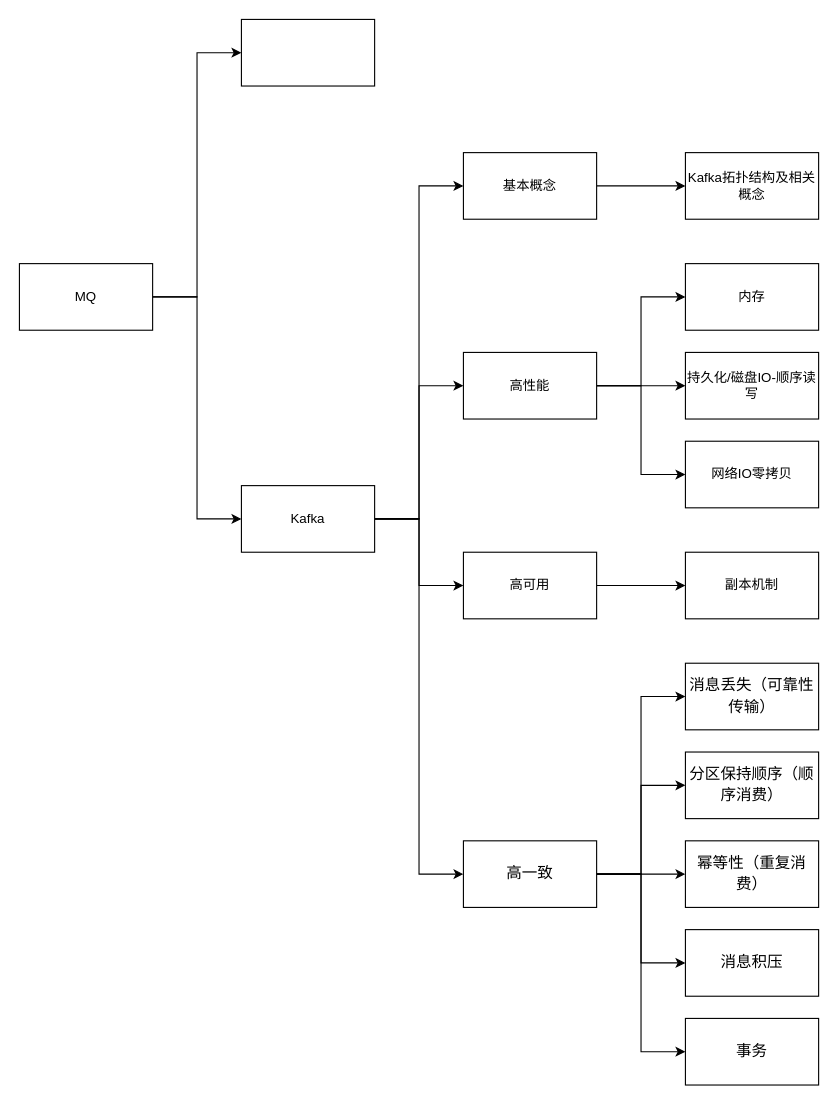
Above: images/draw/MQ.drawio in wt1814/wt1814.github.io (draw.io), before the change. Source tidied: cells renumbered, new cells numbered last; positions are measured from the earlier drawing's top-left corner, leaving out a move shared by most shapes. Both pictures are drawn from the tidied source at 111%, with x=0, y=0 at pixel (19, 19).
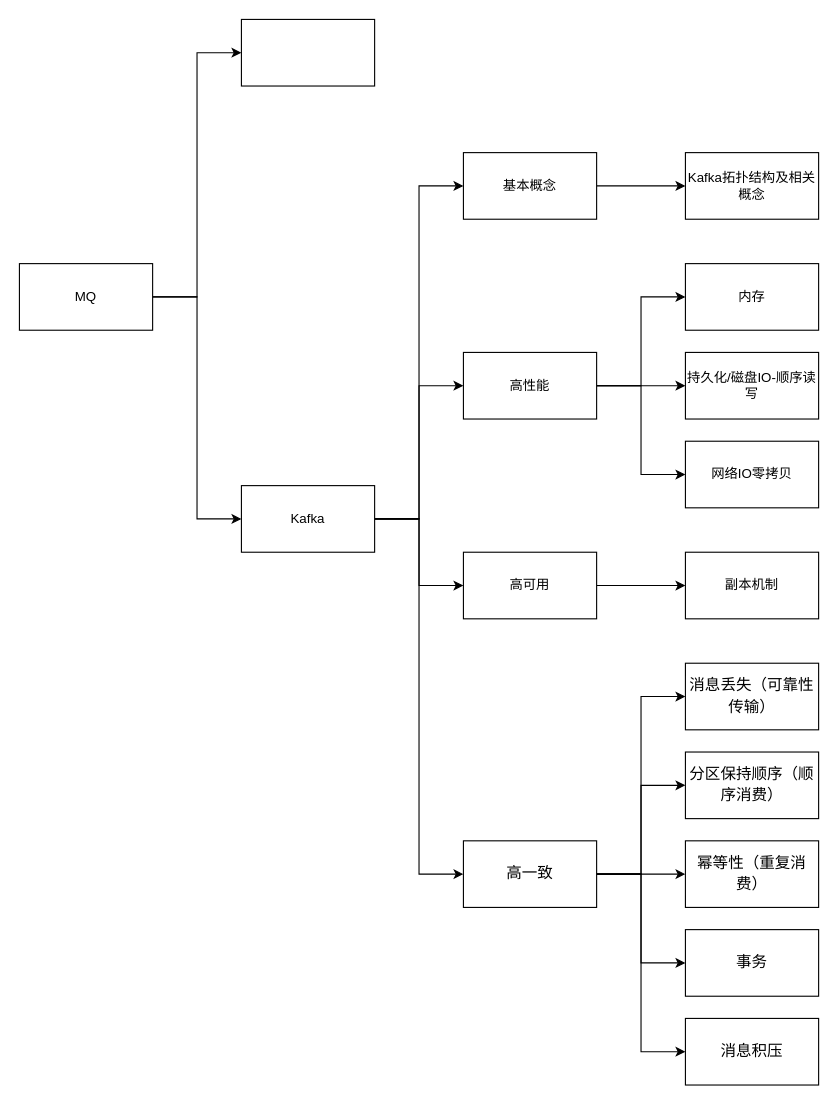
Above is the later version.

Change to the diagram source:
```diff
@@
-    <mxCell id="33" value="&lt;div style=&quot;background-color: rgb(255, 255, 255); font-family: Consolas, &amp;quot;Courier New&amp;quot;, monospace; font-size: 14px; line-height: 19px;&quot;&gt;消息积压&lt;/div&gt;" style="rounded=0;whiteSpace=wrap;html=1;" parent="1" vertex="1">
+    <mxCell id="33" value="&lt;div style=&quot;background-color: rgb(255, 255, 255); font-family: Consolas, &amp;quot;Courier New&amp;quot;, monospace; font-size: 14px; line-height: 19px;&quot;&gt;事务&lt;br&gt;&lt;/div&gt;" style="rounded=0;whiteSpace=wrap;html=1;" parent="1" vertex="1">
       <mxGeometry x="600" y="820" width="120" height="60" as="geometry" />
     </mxCell>
-    <mxCell id="34" value="&lt;div style=&quot;background-color: rgb(255, 255, 255); font-family: Consolas, &amp;quot;Courier New&amp;quot;, monospace; font-size: 14px; line-height: 19px;&quot;&gt;事务&lt;/div&gt;" style="rounded=0;whiteSpace=wrap;html=1;" parent="1" vertex="1">
+    <mxCell id="34" value="&lt;div style=&quot;background-color: rgb(255, 255, 255); font-family: Consolas, &amp;quot;Courier New&amp;quot;, monospace; font-size: 14px; line-height: 19px;&quot;&gt;消息积压&lt;/div&gt;" style="rounded=0;whiteSpace=wrap;html=1;" parent="1" vertex="1">
       <mxGeometry x="600" y="900" width="120" height="60" as="geometry" />
     </mxCell>
```
